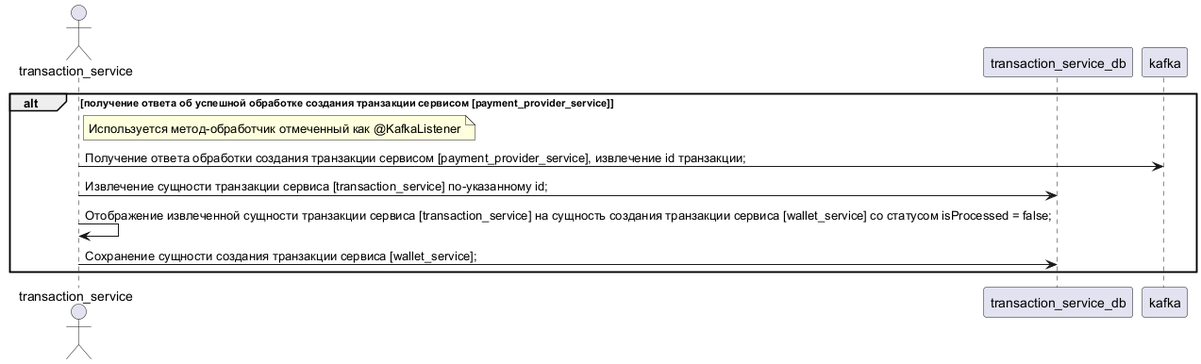
Earlier version of the PlantUML export diagrams/transaction-service-interaction/create-transaction/step_3_handle_success_response_create_transaction_on_payment_provider_service_uml.png (U-235-92/payment-system).
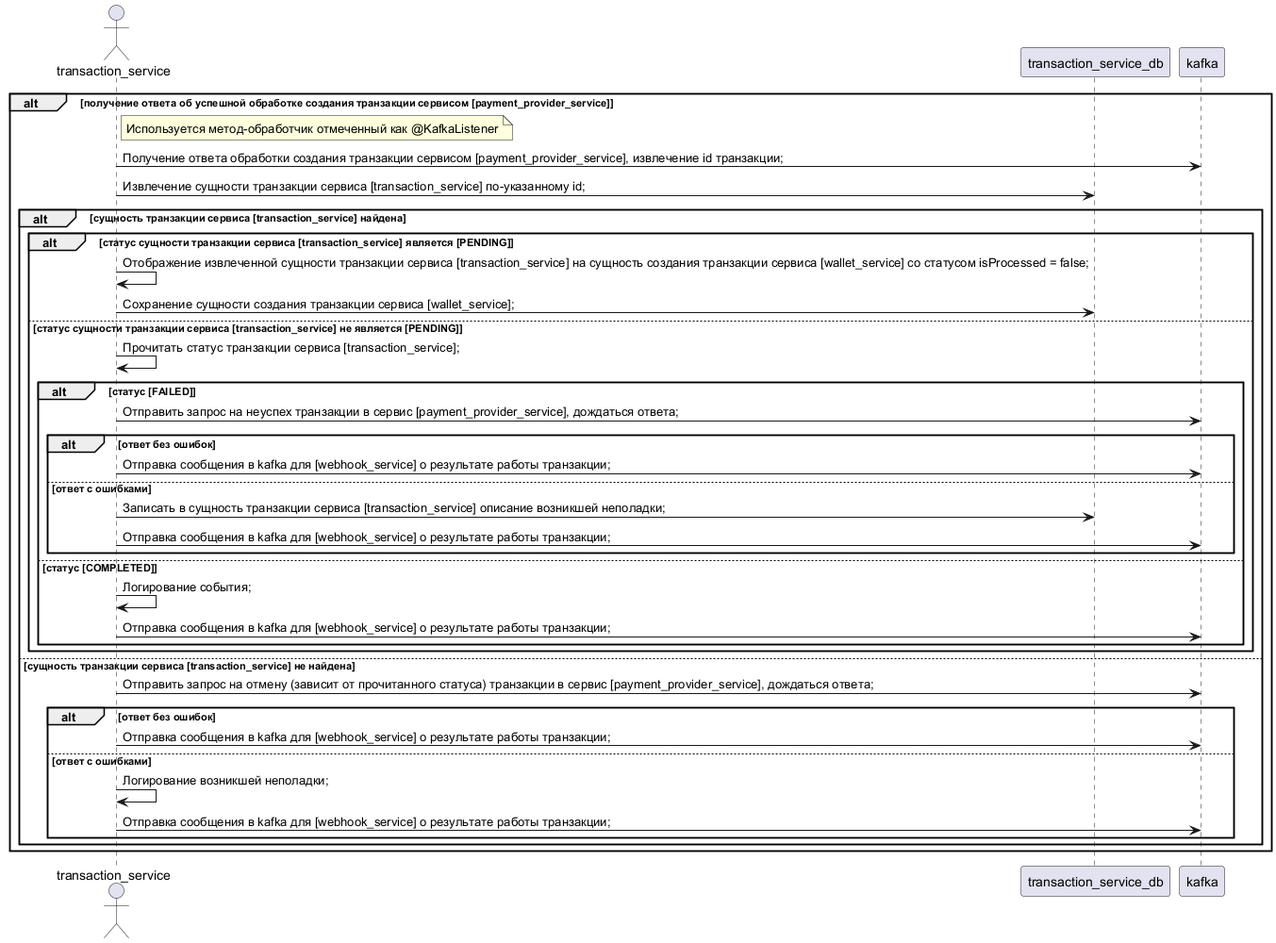
The same diagram one commit later.

Commit message:
Module #5. V11_09_2026. Update [diagrams]. Update diagrams. Update step 3 of [create-transaction] flow.

Diff of the diagram source:
```diff
@@ -10,8 +10,34 @@
 	end note
 	transaction_service -> kafka : Получение ответа обработки создания транзакции сервисом [payment_provider_service], извлечение id транзакции;
 	transaction_service -> transaction_service_db : Извлечение сущности транзакции сервиса [transaction_service] по-указанному id;
-	transaction_service -> transaction_service : Отображение извлеченной сущности транзакции сервиса [transaction_service] на сущность создания транзакции сервиса [wallet_service] со статусом isProcessed = false;
-	transaction_service -> transaction_service_db : Сохранение сущности создания транзакции сервиса [wallet_service];
+	alt сущность транзакции сервиса [transaction_service] найдена
+		alt статус сущности транзакции сервиса [transaction_service] является [PENDING]
+			transaction_service -> transaction_service : Отображение извлеченной сущности транзакции сервиса [transaction_service] на сущность создания транзакции сервиса [wallet_service] со статусом isProcessed = false;
+			transaction_service -> transaction_service_db : Сохранение сущности создания транзакции сервиса [wallet_service];
+		else статус сущности транзакции сервиса [transaction_service] не является [PENDING]
+			transaction_service -> transaction_service : Прочитать статус транзакции сервиса [transaction_service];
+			alt статус [FAILED]
+				transaction_service -> kafka : Отправить запрос на неуспех транзакции в сервис [payment_provider_service], дождаться ответа;
+				alt ответ без ошибок
+					transaction_service -> kafka : Отправка сообщения в kafka для [webhook_service] о результате работы транзакции;
+				else ответ с ошибками
+					transaction_service -> transaction_service_db : Записать в сущность транзакции сервиса [transaction_service] описание возникшей неполадки;
+					transaction_service -> kafka : Отправка сообщения в kafka для [webhook_service] о результате работы транзакции;
+				end
+			else статус [COMPLETED]
+				transaction_service -> transaction_service : Логирование события;
+				transaction_service -> kafka : Отправка сообщения в kafka для [webhook_service] о результате работы транзакции;
+			end
+		end
+	else сущность транзакции сервиса [transaction_service] не найдена
+		transaction_service -> kafka : Отправить запрос на отмену (зависит от прочитанного статуса) транзакции в сервис [payment_provider_service], дождаться ответа;
+		alt ответ без ошибок
+			transaction_service -> kafka : Отправка сообщения в kafka для [webhook_service] о результате работы транзакции;
+		else ответ с ошибками
+			transaction_service -> transaction_service : Логирование возникшей неполадки;
+			transaction_service -> kafka : Отправка сообщения в kafka для [webhook_service] о результате работы транзакции;
+		end
+	end
 end
 
 @enduml
```
